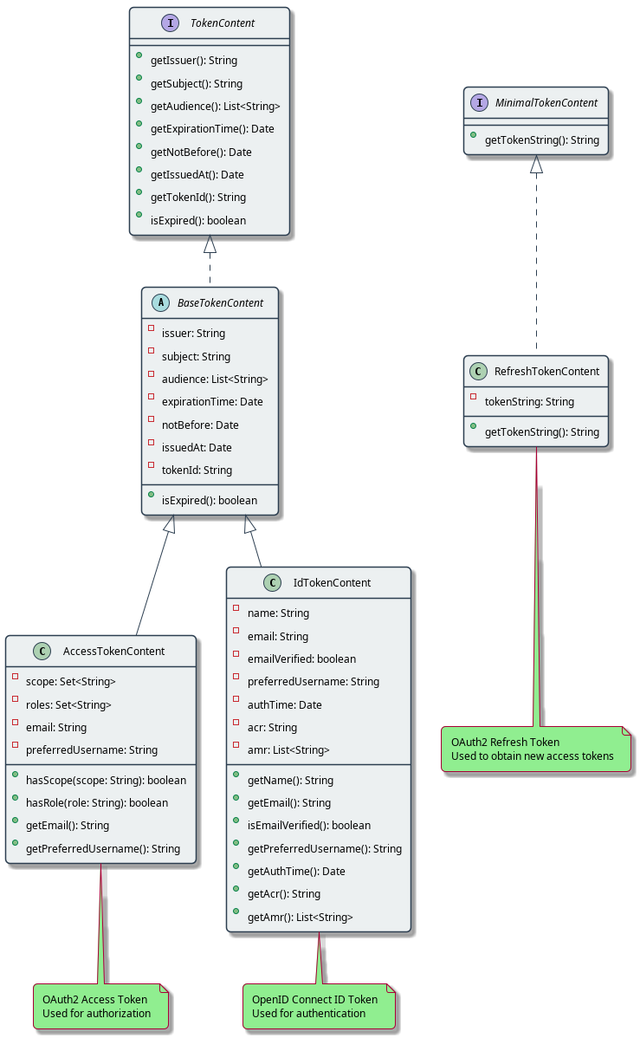
The PlantUML diagram doc/plantuml/token-types.png in cuioss/cui-jwt-validation, before a commit. Its source is kept beside it as doc/plantuml/token-types.puml.
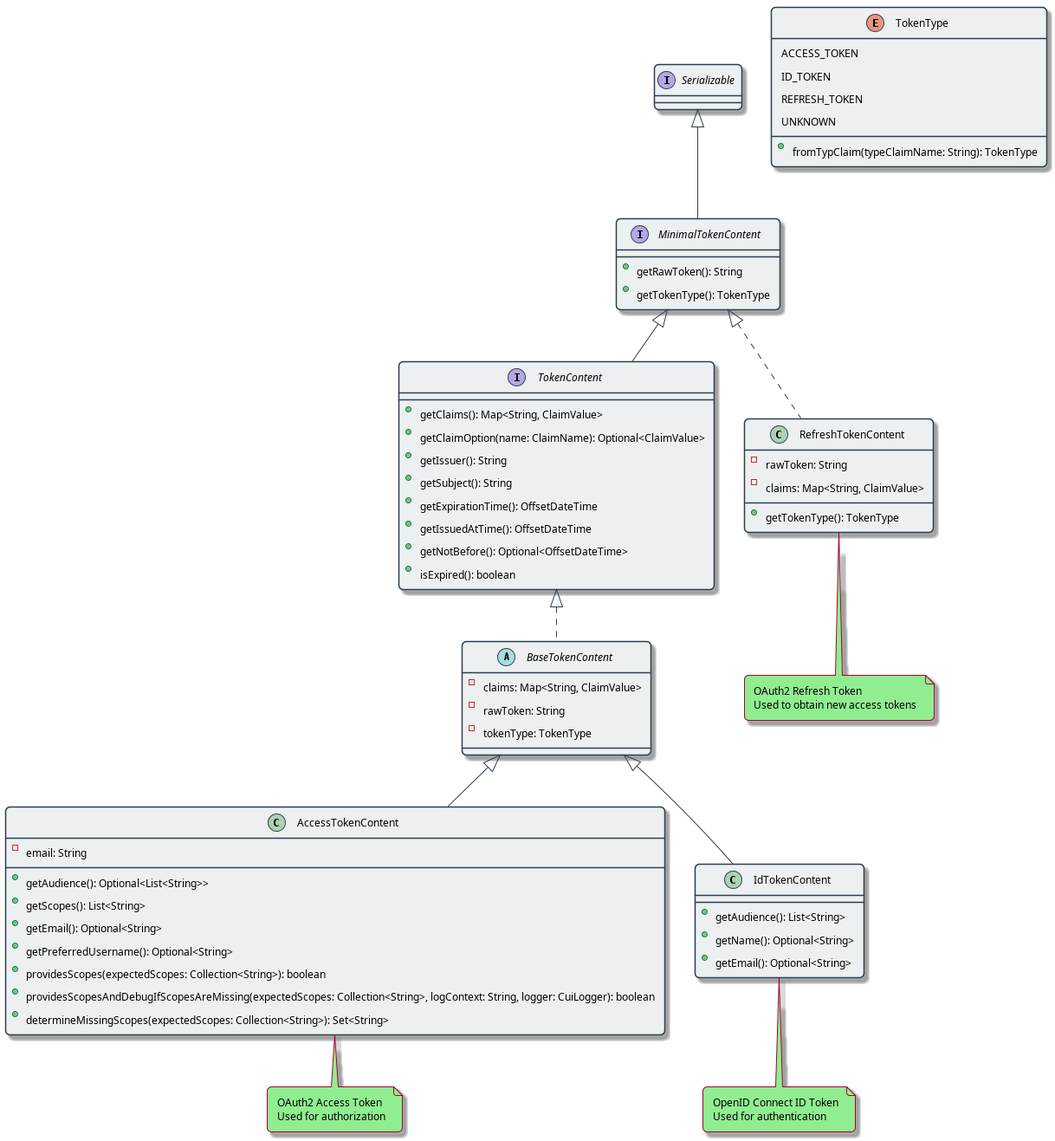
The same diagram one commit later.

Change to the diagram source:
```diff
@@ -1,65 +1,64 @@
 @startuml
 !include plantuml.skin
 
+interface "Serializable" as Serializable {
+}
+
+interface "MinimalTokenContent" as MinimalTokenContent {
+  +getRawToken(): String
+  +getTokenType(): TokenType
+}
+
 interface "TokenContent" as TokenContent {
+  +getClaims(): Map<String, ClaimValue>
+  +getClaimOption(name: ClaimName): Optional<ClaimValue>
   +getIssuer(): String
   +getSubject(): String
-  +getAudience(): List<String>
-  +getExpirationTime(): Date
-  +getNotBefore(): Date
-  +getIssuedAt(): Date
-  +getTokenId(): String
+  +getExpirationTime(): OffsetDateTime
+  +getIssuedAtTime(): OffsetDateTime
+  +getNotBefore(): Optional<OffsetDateTime>
   +isExpired(): boolean
 }
 
 abstract class "BaseTokenContent" as BaseTokenContent {
-  -issuer: String
-  -subject: String
-  -audience: List<String>
-  -expirationTime: Date
-  -notBefore: Date
-  -issuedAt: Date
-  -tokenId: String
-  +isExpired(): boolean
-}
-
-interface "MinimalTokenContent" as MinimalTokenContent {
-  +getTokenString(): String
+  -claims: Map<String, ClaimValue>
+  -rawToken: String
+  -tokenType: TokenType
 }
 
 class "AccessTokenContent" as AccessTokenContent {
-  -scope: Set<String>
-  -roles: Set<String>
   -email: String
-  -preferredUsername: String
-  +hasScope(scope: String): boolean
-  +hasRole(role: String): boolean
-  +getEmail(): String
-  +getPreferredUsername(): String
+  +getAudience(): Optional<List<String>>
+  +getScopes(): List<String>
+  +getEmail(): Optional<String>
+  +getPreferredUsername(): Optional<String>
+  +providesScopes(expectedScopes: Collection<String>): boolean
+  +providesScopesAndDebugIfScopesAreMissing(expectedScopes: Collection<String>, logContext: String, logger: CuiLogger): boolean
+  +determineMissingScopes(expectedScopes: Collection<String>): Set<String>
 }
 
 class "IdTokenContent" as IdTokenContent {
-  -name: String
-  -email: String
-  -emailVerified: boolean
-  -preferredUsername: String
-  -authTime: Date
-  -acr: String
-  -amr: List<String>
-  +getName(): String
-  +getEmail(): String
-  +isEmailVerified(): boolean
-  +getPreferredUsername(): String
-  +getAuthTime(): Date
-  +getAcr(): String
-  +getAmr(): List<String>
+  +getAudience(): List<String>
+  +getName(): Optional<String>
+  +getEmail(): Optional<String>
 }
 
 class "RefreshTokenContent" as RefreshTokenContent {
-  -tokenString: String
-  +getTokenString(): String
+  -rawToken: String
+  -claims: Map<String, ClaimValue>
+  +getTokenType(): TokenType
 }
 
+enum "TokenType" as TokenType {
+  ACCESS_TOKEN
+  ID_TOKEN
+  REFRESH_TOKEN
+  UNKNOWN
+  +fromTypClaim(typeClaimName: String): TokenType
+}
+
+Serializable <|-- MinimalTokenContent
+MinimalTokenContent <|-- TokenContent
 TokenContent <|.. BaseTokenContent
 MinimalTokenContent <|.. RefreshTokenContent
 BaseTokenContent <|-- AccessTokenContent
```
